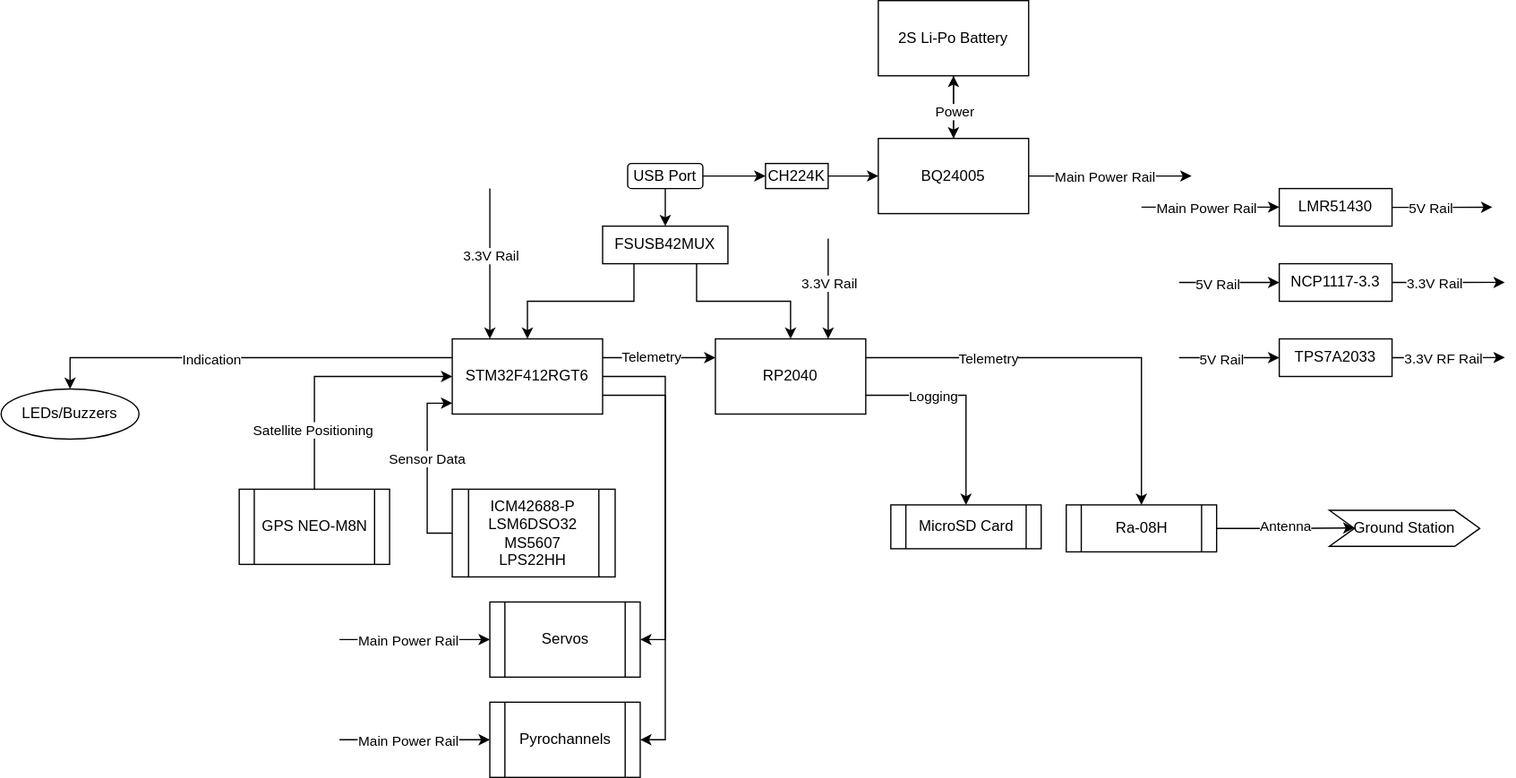
Earlier version of the draw.io export images/Polaris.svg (Venat1103/Polaris). Source tidied: cells renumbered, new cells last; positions are measured from the earlier drawing's top-left corner, leaving out a move shared by most shapes.
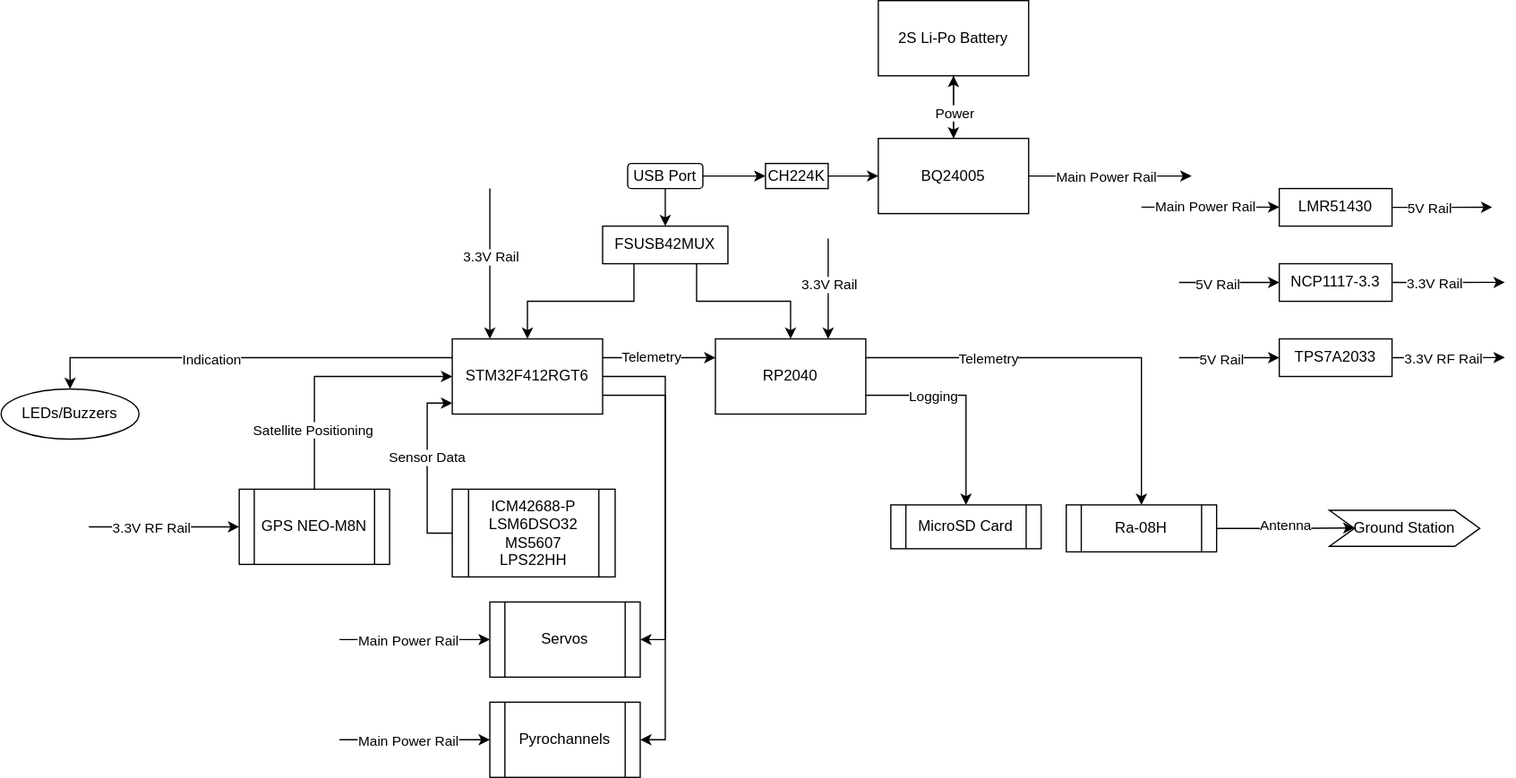
The same file after the commit.

Commit message:
Updated system architecture diagram

The edit, as a diff of the source:
```diff
@@ -233,5 +233,15 @@
         <mxPoint x="4" y="-2" as="offset" />
       </mxGeometry>
     </mxCell>
+    <mxCell id="66" style="edgeStyle=orthogonalEdgeStyle;rounded=0;jettySize=auto;html=1;entryX=0;entryY=0.5;entryDx=0;entryDy=0;" parent="1" edge="1" target="24">
+      <mxGeometry relative="1" as="geometry">
+        <mxPoint x="70" y="420" as="sourcePoint" />
+      </mxGeometry>
+    </mxCell>
+    <mxCell id="67" value="3.3V RF Rail" style="edgeLabel;html=1;align=center;verticalAlign=middle;" parent="66" vertex="1">
+      <mxGeometry x="-0.38" y="-1" relative="1" as="geometry">
+        <mxPoint x="12" y="-1" as="offset" />
+      </mxGeometry>
+    </mxCell>
   </root>
 </mxGraphModel>
```
